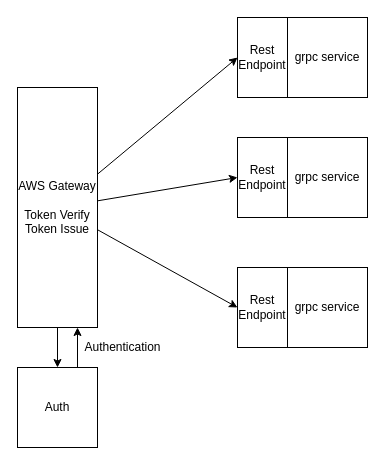
The draw.io diagram architechture.drawio in supareel/template_microservice, before the edit. Source tidied: cells renumbered, new cells numbered last; positions are measured from the earlier drawing's top-left corner, leaving out a move shared by most shapes. Both pictures are drawn from the tidied source at 100%, with x=0, y=0 at pixel (17, 17).
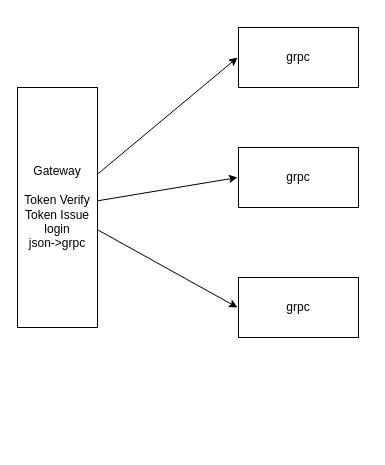
After the change.

What changed in the source:
```diff
@@
 <mxGraphModel>
   <root>
     <mxCell id="0" />
     <mxCell id="1" parent="0" />
-    <mxCell id="2" style="edgeStyle=none;html=1;" parent="1" edge="1" source="6" target="8">
-      <mxGeometry relative="1" as="geometry" />
-    </mxCell>
     <mxCell id="3" style="edgeStyle=none;html=1;" parent="1" edge="1" source="6">
       <mxGeometry relative="1" as="geometry">
         <mxPoint x="220" y="40" as="targetPoint" />
       </mxGeometry>
     </mxCell>
-    <mxCell id="4" style="edgeStyle=none;html=1;entryX=0;entryY=0.5;entryDx=0;entryDy=0;" parent="1" edge="1" source="6" target="15">
-      <mxGeometry relative="1" as="geometry" />
+    <mxCell id="4" style="edgeStyle=none;html=1;entryX=0;entryY=0.5;entryDx=0;entryDy=0;" parent="1" edge="1" source="6">
+      <mxGeometry relative="1" as="geometry">
+        <mxPoint x="220" y="160" as="targetPoint" />
+      </mxGeometry>
     </mxCell>
-    <mxCell id="5" style="edgeStyle=none;html=1;entryX=0;entryY=0.5;entryDx=0;entryDy=0;" parent="1" edge="1" source="6" target="18">
-      <mxGeometry relative="1" as="geometry" />
+    <mxCell id="5" style="edgeStyle=none;html=1;entryX=0;entryY=0.5;entryDx=0;entryDy=0;" parent="1" edge="1" source="6">
+      <mxGeometry relative="1" as="geometry">
+        <mxPoint x="220" y="290" as="targetPoint" />
+      </mxGeometry>
     </mxCell>
-    <mxCell id="6" value="AWS Gateway&lt;br&gt;&lt;br&gt;Token Verify&lt;br&gt;Token Issue&lt;br&gt;" style="rounded=0;whiteSpace=wrap;html=1;" parent="1" vertex="1">
+    <mxCell id="6" value="Gateway&lt;br&gt;&lt;br&gt;Token Verify&lt;br&gt;Token Issue&lt;br&gt;login&lt;br&gt;json-&amp;gt;grpc" style="rounded=0;whiteSpace=wrap;html=1;" parent="1" vertex="1">
       <mxGeometry y="70" width="80" height="240" as="geometry" />
     </mxCell>
-    <mxCell id="7" style="edgeStyle=none;html=1;exitX=0.75;exitY=0;exitDx=0;exitDy=0;entryX=0.75;entryY=1;entryDx=0;entryDy=0;" parent="1" edge="1" source="8" target="6">
-      <mxGeometry relative="1" as="geometry" />
-    </mxCell>
-    <mxCell id="8" value="Auth" style="whiteSpace=wrap;html=1;" parent="1" vertex="1">
-      <mxGeometry y="350" width="80" height="80" as="geometry" />
-    </mxCell>
-    <mxCell id="9" value="Authentication&lt;br&gt;" style="text;html=1;align=center;verticalAlign=middle;strokeColor=none;fillColor=none;" parent="1" vertex="1">
-      <mxGeometry x="60" y="320" width="90" height="20" as="geometry" />
-    </mxCell>
-    <mxCell id="10" style="group;" parent="1" vertex="1">
-      <mxGeometry x="220" width="130" height="80" as="geometry" />
-    </mxCell>
-    <mxCell id="11" value="grpc service" style="whiteSpace=wrap;html=1;" parent="10" vertex="1">
-      <mxGeometry x="50" width="80" height="80" as="geometry" />
-    </mxCell>
-    <mxCell id="12" value="Rest&lt;br&gt;Endpoint" style="rounded=0;whiteSpace=wrap;html=1;" parent="10" vertex="1">
-      <mxGeometry width="50" height="80" as="geometry" />
-    </mxCell>
-    <mxCell id="13" style="group;" parent="1" vertex="1">
-      <mxGeometry x="220" y="120" width="130" height="80" as="geometry" />
-    </mxCell>
-    <mxCell id="14" value="grpc service" style="whiteSpace=wrap;html=1;" parent="13" vertex="1">
-      <mxGeometry x="50" width="80" height="80" as="geometry" />
-    </mxCell>
-    <mxCell id="15" value="Rest&lt;br&gt;Endpoint" style="rounded=0;whiteSpace=wrap;html=1;" parent="13" vertex="1">
-      <mxGeometry width="50" height="80" as="geometry" />
-    </mxCell>
-    <mxCell id="16" style="group;" parent="1" vertex="1">
-      <mxGeometry x="220" y="250" width="130" height="80" as="geometry" />
-    </mxCell>
-    <mxCell id="17" value="grpc service" style="whiteSpace=wrap;html=1;" parent="16" vertex="1">
-      <mxGeometry x="50" width="80" height="80" as="geometry" />
-    </mxCell>
-    <mxCell id="18" value="Rest&lt;br&gt;Endpoint" style="rounded=0;whiteSpace=wrap;html=1;" parent="16" vertex="1">
-      <mxGeometry width="50" height="80" as="geometry" />
-    </mxCell>
+    <mxCell id="19" value="grpc" style="rounded=0;whiteSpace=wrap;html=1;" parent="1" vertex="1">
+      <mxGeometry x="221" y="260" width="120" height="60" as="geometry" />
+    </mxCell>
+    <mxCell id="20" value="grpc" style="rounded=0;whiteSpace=wrap;html=1;" parent="1" vertex="1">
+      <mxGeometry x="221" y="130" width="120" height="60" as="geometry" />
+    </mxCell>
+    <mxCell id="21" value="grpc" style="rounded=0;whiteSpace=wrap;html=1;" parent="1" vertex="1">
+      <mxGeometry x="221" y="10" width="120" height="60" as="geometry" />
+    </mxCell>
   </root>
 </mxGraphModel>
```
